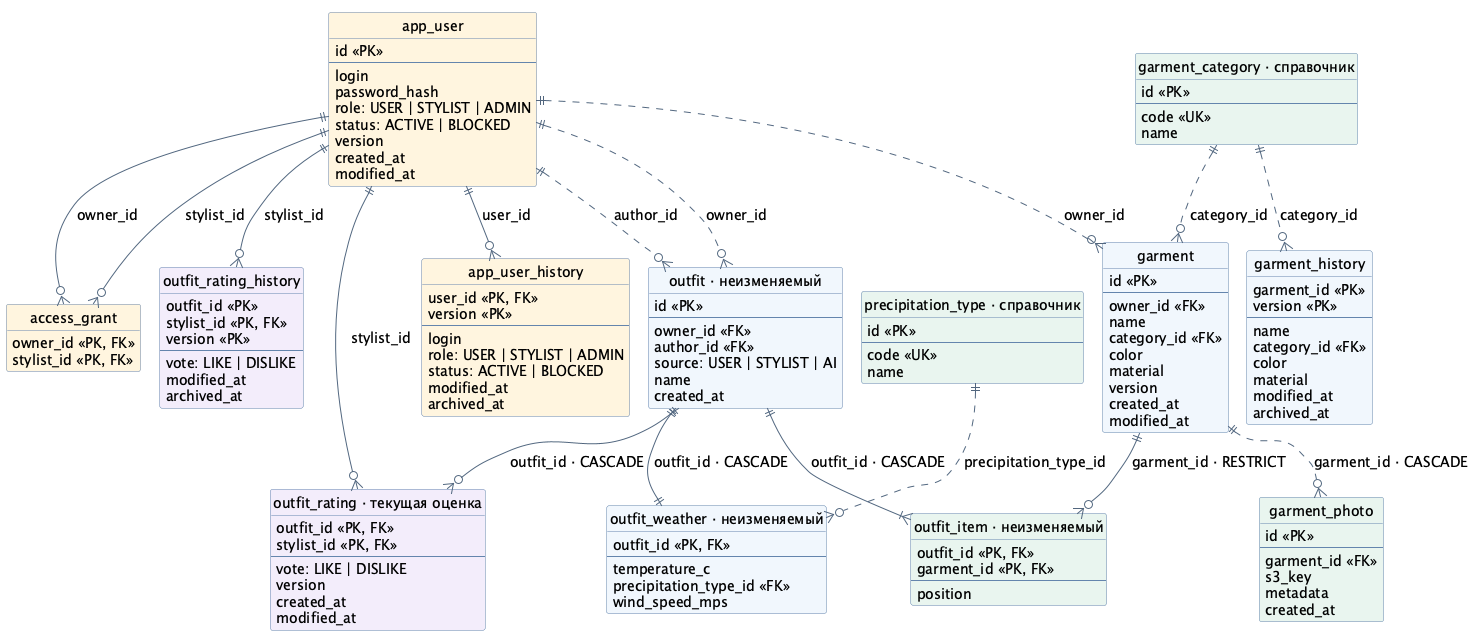
The PlantUML diagram docs/domain.png in SimeonGor/clothes-advisor, before a commit.
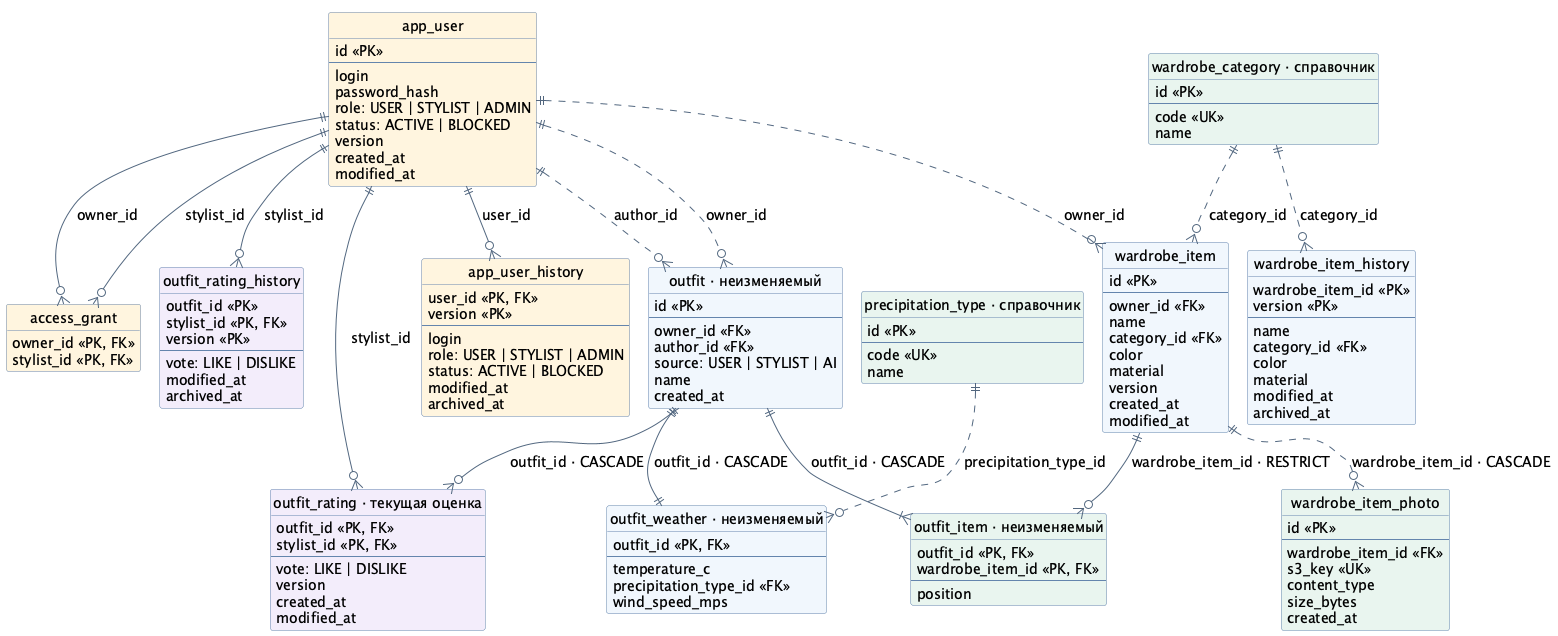
After the change.

Commit message:
docs(wardrobe): describe photo workflows and storage

The edit, as a diff of the source:
```diff
@@ -40,13 +40,13 @@
   owner_id <<PK, FK>>
   stylist_id <<PK, FK>>
 }
-entity "garment_category · справочник" as category #E8F5EF {
+entity "wardrobe_category · справочник" as category #E8F5EF {
   id <<PK>>
   --
   code <<UK>>
   name
 }
-entity "garment" as garment {
+entity "wardrobe_item" as wardrobe_item {
   id <<PK>>
   --
   owner_id <<FK>>
@@ -58,8 +58,8 @@
   created_at
   modified_at
 }
-entity "garment_history" as garment_history {
-  garment_id <<PK>>
+entity "wardrobe_item_history" as item_history {
+  wardrobe_item_id <<PK>>
   version <<PK>>
   --
   name
@@ -69,12 +69,13 @@
   modified_at
   archived_at
 }
-entity "garment_photo" as photo #E8F5EF {
+entity "wardrobe_item_photo" as photo #E8F5EF {
   id <<PK>>
   --
-  garment_id <<FK>>
-  s3_key
-  metadata
+  wardrobe_item_id <<FK>>
+  s3_key <<UK>>
+  content_type
+  size_bytes
   created_at
 }
 entity "outfit · неизменяемый" as outfit {
@@ -101,7 +102,7 @@
 }
 entity "outfit_item · неизменяемый" as item #E8F5EF {
   outfit_id <<PK, FK>>
-  garment_id <<PK, FK>>
+  wardrobe_item_id <<PK, FK>>
   --
   position
 }
@@ -127,18 +128,18 @@
 user ||--o{ user_history : user_id
 user ||--o{ access : owner_id
 user ||--o{ access : stylist_id
-user ||..o{ garment : owner_id
+user ||..o{ wardrobe_item : owner_id
 user ||..o{ outfit : owner_id
 user ||..o{ outfit : author_id
 user ||--o{ rating : stylist_id
 user ||--o{ rating_history : stylist_id
-category ||..o{ garment : category_id
-category ||..o{ garment_history : category_id
-garment ||..o{ photo : garment_id · CASCADE
+category ||..o{ wardrobe_item : category_id
+category ||..o{ item_history : category_id
+wardrobe_item ||..o{ photo : wardrobe_item_id · CASCADE
 outfit ||--|| weather : outfit_id · CASCADE
 precipitation ||..o{ weather : precipitation_type_id
 outfit ||--|{ item : outfit_id · CASCADE
-garment ||--o{ item : garment_id · RESTRICT
+wardrobe_item ||--o{ item : wardrobe_item_id · RESTRICT
 outfit ||--o{ rating : outfit_id · CASCADE
 
 @enduml
```
